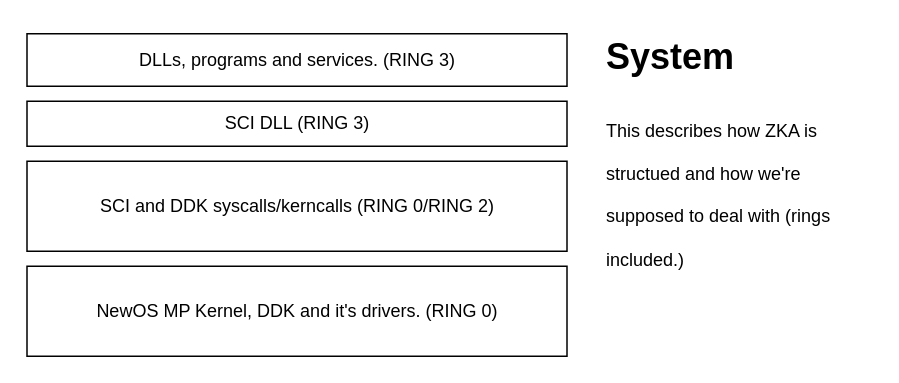
Before: doc/OS-Design.drawio in nekernel-org/nekernel, a draw.io diagram. Source tidied: cells renumbered, new cells numbered last; positions are measured from the earlier drawing's top-left corner, leaving out a move shared by most shapes. Both pictures are drawn from the tidied source at 150%, with x=0, y=0 at pixel (27, 26).
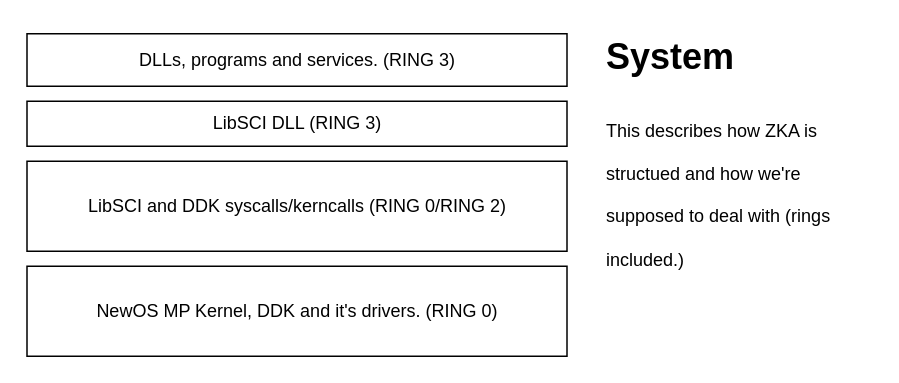
The same page after the edit.

Change to the diagram source:
```diff
@@
 <mxGraphModel>
   <root>
     <mxCell id="0" />
     <mxCell id="1" parent="0" />
-    <mxCell id="2" value="SCI DLL (RING 3)" style="rounded=0;whiteSpace=wrap;html=1;" parent="1" vertex="1">
+    <mxCell id="2" value="LibSCI DLL (RING 3)" style="rounded=0;whiteSpace=wrap;html=1;" parent="1" vertex="1">
       <mxGeometry x="-0.5" y="50" width="360" height="30" as="geometry" />
     </mxCell>
     <mxCell id="3" value="DLLs, programs and services. (RING 3)" style="rounded=0;whiteSpace=wrap;html=1;" parent="1" vertex="1">
       <mxGeometry x="-0.5" y="5" width="360" height="35" as="geometry" />
     </mxCell>
     <mxCell id="4" value="&lt;h1 style=&quot;margin-top: 0px;&quot;&gt;&lt;span style=&quot;background-color: initial;&quot;&gt;System&lt;/span&gt;&lt;/h1&gt;&lt;h1 style=&quot;margin-top: 0px;&quot;&gt;&lt;span style=&quot;font-size: 12px; font-weight: 400;&quot;&gt;This describes how ZKA is structued and how we're supposed to deal with (rings included.)&lt;/span&gt;&lt;/h1&gt;" style="text;html=1;whiteSpace=wrap;overflow=hidden;rounded=0;" parent="1" vertex="1">
       <mxGeometry x="384" width="180" height="180" as="geometry" />
     </mxCell>
     <mxCell id="5" value="NewOS MP Kernel, DDK and it's drivers. (RING 0)" style="rounded=0;whiteSpace=wrap;html=1;" parent="1" vertex="1">
       <mxGeometry x="-0.5" y="160" width="360" height="60" as="geometry" />
     </mxCell>
-    <mxCell id="6" value="SCI and DDK syscalls/kerncalls (RING 0/RING 2)" style="rounded=0;whiteSpace=wrap;html=1;" parent="1" vertex="1">
+    <mxCell id="6" value="LibSCI and DDK syscalls/kerncalls (RING 0/RING 2)" style="rounded=0;whiteSpace=wrap;html=1;" parent="1" vertex="1">
       <mxGeometry x="-0.5" y="90" width="360" height="60" as="geometry" />
     </mxCell>
   </root>
 </mxGraphModel>
```
